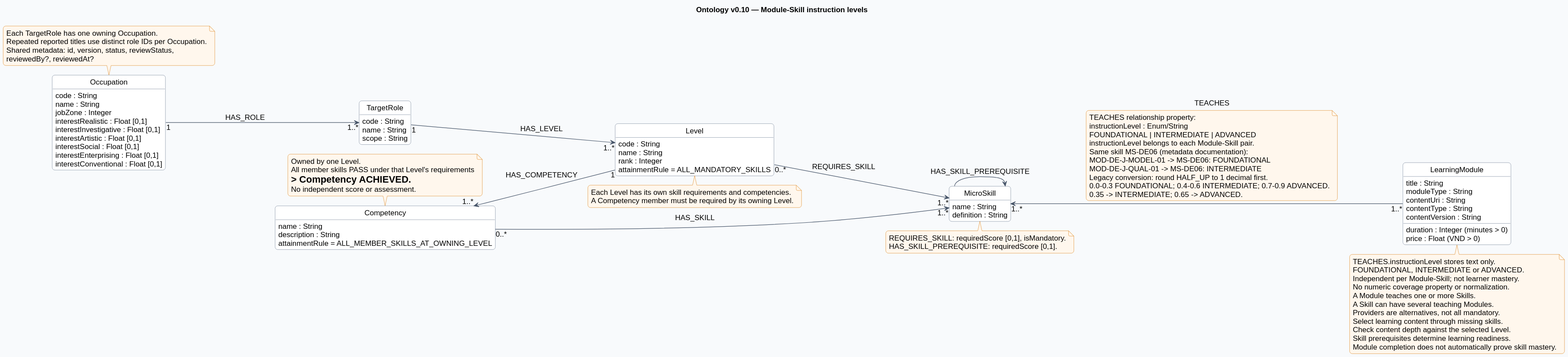
Before: documents/diagrams/neo4j.svg, a diagram exported from PlantUML (SEP490-Fall-2026-GFA26SE64/SEP490). Source of this version:
```plantuml
@startuml
!pragma layout smetana
left to right direction
hide empty members
hide circle
skinparam shadowing false
skinparam roundcorner 10
skinparam classAttributeIconSize 0
skinparam backgroundColor #F8FAFC
skinparam classBackgroundColor #FFFFFF
skinparam classBorderColor #64748B
skinparam ArrowColor #475569
skinparam noteBackgroundColor #FFF7ED
skinparam noteBorderColor #D97706
skinparam defaultFontName Arial
skinparam defaultFontSize 14
title Ontology v0.10 — Module-Skill instruction levels
class Occupation {
 code : String
 name : String
 jobZone : Integer
 interestRealistic : Float [0,1]
 interestInvestigative : Float [0,1]
 interestArtistic : Float [0,1]
 interestSocial : Float [0,1]
 interestEnterprising : Float [0,1]
 interestConventional : Float [0,1]
}
class TargetRole {
 code : String
 name : String
 scope : String
}
class Level {
 code : String
 name : String
 rank : Integer
 attainmentRule = ALL_MANDATORY_SKILLS
}
class Competency {
 name : String
 description : String
 attainmentRule = ALL_MEMBER_SKILLS_AT_OWNING_LEVEL
}
class MicroSkill {
 name : String
 definition : String
}
class LearningModule {
 title : String
 moduleType : String
 contentUri : String
 contentType : String
 contentVersion : String
 duration : Integer (minutes > 0)
 price : Float (VND > 0)
}
Occupation "1" --> "1..*" TargetRole : HAS_ROLE
TargetRole "1" --> "1..*" Level : HAS_LEVEL
Level "1" -up-> "1..*" Competency : HAS_COMPETENCY
Competency "0..*" --> "1..*" MicroSkill : HAS_SKILL
Level "0..*" --> "1..*" MicroSkill : REQUIRES_SKILL
LearningModule "1..*" -up-> "1..*" MicroSkill : TEACHES
note on link
TEACHES relationship property:
instructionLevel : Enum/String
FOUNDATIONAL | INTERMEDIATE | ADVANCED
instructionLevel belongs to each Module-Skill pair.
Same skill MS-DE06 (metadata documentation):
MOD-DE-J-MODEL-01 -> MS-DE06: FOUNDATIONAL
MOD-DE-J-QUAL-01 -> MS-DE06: INTERMEDIATE
Legacy conversion: round HALF_UP to 1 decimal first.
0.0-0.3 FOUNDATIONAL; 0.4-0.6 INTERMEDIATE; 0.7-0.9 ADVANCED.
0.35 -> INTERMEDIATE; 0.65 -> ADVANCED.
end note
MicroSkill --> MicroSkill : HAS_SKILL_PREREQUISITE
note bottom of MicroSkill
REQUIRES_SKILL: requiredScore [0,1], isMandatory.
HAS_SKILL_PREREQUISITE: requiredScore [0,1].
end note
note top of Competency
Owned by one Level.
All member skills PASS under that Level's requirements
=> Competency ACHIEVED.
No independent score or assessment.
end note
note bottom of Level
Each Level has its own skill requirements and competencies.
A Competency member must be required by its owning Level.
end note
note bottom of LearningModule
TEACHES.instructionLevel stores text only.
FOUNDATIONAL, INTERMEDIATE or ADVANCED.
Independent per Module-Skill; not learner mastery.
No numeric coverage property or normalization.
A Module teaches one or more Skills.
A Skill can have several teaching Modules.
Providers are alternatives, not all mandatory.
Select learning content through missing skills.
Check content depth against the selected Level.
Skill prerequisites determine learning readiness.
Module completion does not automatically prove skill mastery.
end note
note top of Occupation
Each TargetRole has one owning Occupation.
Repeated reported titles use distinct role IDs per Occupation.
Shared metadata: id, version, status, reviewStatus,
reviewedBy?, reviewedAt?
end note
@enduml
```
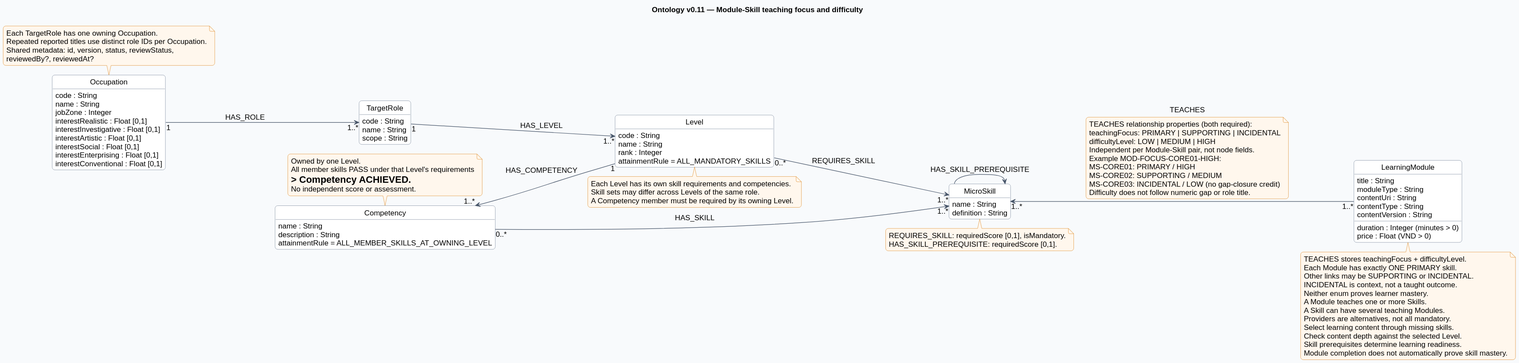
Above is the later version.

Diff of the diagram source:
```diff
@@ -14,7 +14,7 @@
 skinparam noteBorderColor #D97706
 skinparam defaultFontName Arial
 skinparam defaultFontSize 14
-title Ontology v0.10 — Module-Skill instruction levels
+title Ontology v0.11 — Module-Skill teaching focus and difficulty
 class Occupation {
  code : String
  name : String
@@ -62,16 +62,15 @@
 Level "0..*" --> "1..*" MicroSkill : REQUIRES_SKILL
 LearningModule "1..*" -up-> "1..*" MicroSkill : TEACHES
 note on link
-TEACHES relationship property:
-instructionLevel : Enum/String
-FOUNDATIONAL | INTERMEDIATE | ADVANCED
-instructionLevel belongs to each Module-Skill pair.
-Same skill MS-DE06 (metadata documentation):
-MOD-DE-J-MODEL-01 -> MS-DE06: FOUNDATIONAL
-MOD-DE-J-QUAL-01 -> MS-DE06: INTERMEDIATE
-Legacy conversion: round HALF_UP to 1 decimal first.
-0.0-0.3 FOUNDATIONAL; 0.4-0.6 INTERMEDIATE; 0.7-0.9 ADVANCED.
-0.35 -> INTERMEDIATE; 0.65 -> ADVANCED.
+TEACHES relationship properties (both required):
+teachingFocus: PRIMARY | SUPPORTING | INCIDENTAL
+difficultyLevel: LOW | MEDIUM | HIGH
+Independent per Module-Skill pair, not node fields.
+Example MOD-FOCUS-CORE01-HIGH:
+MS-CORE01: PRIMARY / HIGH
+MS-CORE02: SUPPORTING / MEDIUM
+MS-CORE03: INCIDENTAL / LOW (no gap-closure credit)
+Difficulty does not follow numeric gap or role title.
 end note
 MicroSkill --> MicroSkill : HAS_SKILL_PREREQUISITE
 note bottom of MicroSkill
@@ -86,13 +85,15 @@
 end note
 note bottom of Level
 Each Level has its own skill requirements and competencies.
+Skill sets may differ across Levels of the same role.
 A Competency member must be required by its owning Level.
 end note
 note bottom of LearningModule
-TEACHES.instructionLevel stores text only.
-FOUNDATIONAL, INTERMEDIATE or ADVANCED.
-Independent per Module-Skill; not learner mastery.
-No numeric coverage property or normalization.
+TEACHES stores teachingFocus + difficultyLevel.
+Each Module has exactly ONE PRIMARY skill.
+Other links may be SUPPORTING or INCIDENTAL.
+INCIDENTAL is context, not a taught outcome.
+Neither enum proves learner mastery.
 A Module teaches one or more Skills.
 A Skill can have several teaching Modules.
 Providers are alternatives, not all mandatory.
```
